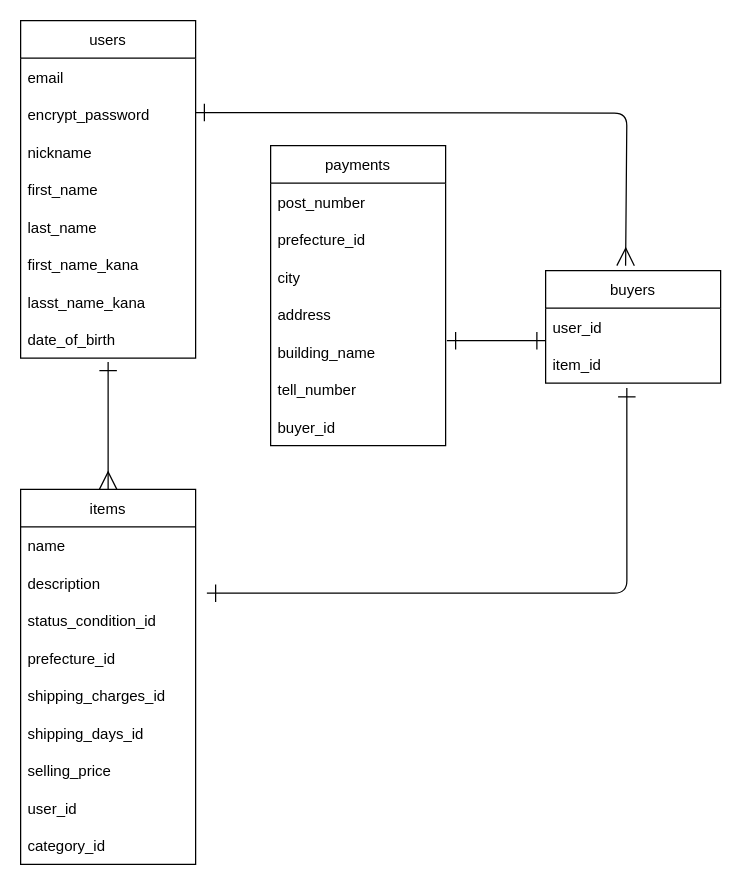
This is furima.dio from kkmasayan/furima-38141, a draw.io file, before an edit. Source tidied: cells renumbered, new cells numbered last; positions are measured from the earlier drawing's top-left corner, leaving out a move shared by most shapes. Both pictures are drawn from the tidied source at 125%, with x=0, y=0 at pixel (20, 20).
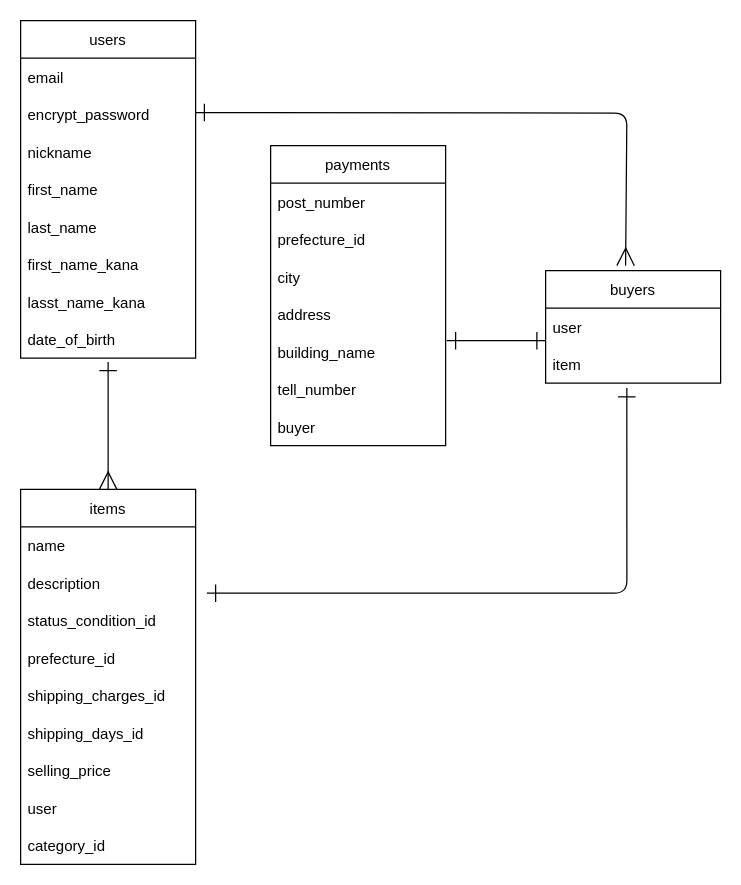
The same diagram, later.

Commit message:
#3 データベース設計修正４

Unchanged cells that the change refers to:
```xml
<mxCell id="12" value="items" style="swimlane;fontStyle=0;horizontal=1;startSize=30;" parent="1" vertex="1">
  <mxGeometry y="375" width="140" height="300" as="geometry" />
</mxCell>
<mxCell id="22" value="payments" style="swimlane;fontStyle=0;horizontal=1;startSize=30;" parent="1" vertex="1">
  <mxGeometry x="200" y="100" width="140" height="240" as="geometry" />
</mxCell>
<mxCell id="31" value="buyers" style="swimlane;fontStyle=0;horizontal=1;startSize=30;" parent="1" vertex="1">
  <mxGeometry x="420" y="200" width="140" height="90" as="geometry" />
</mxCell>
```

Diff of the diagram source:
```diff
@@
-    <mxCell id="20" value="user_id" style="text;strokeColor=none;fillColor=none;align=left;verticalAlign=middle;spacingLeft=4;spacingRight=4;overflow=hidden;" parent="12" vertex="1">
+    <mxCell id="20" value="user" style="text;strokeColor=none;fillColor=none;align=left;verticalAlign=middle;spacingLeft=4;spacingRight=4;overflow=hidden;" parent="12" vertex="1">
       <mxGeometry y="240" width="140" height="30" as="geometry" />
     </mxCell>
@@
-    <mxCell id="29" value="buyer_id" style="text;strokeColor=none;fillColor=none;align=left;verticalAlign=middle;spacingLeft=4;spacingRight=4;overflow=hidden;" parent="22" vertex="1">
+    <mxCell id="29" value="buyer" style="text;strokeColor=none;fillColor=none;align=left;verticalAlign=middle;spacingLeft=4;spacingRight=4;overflow=hidden;" parent="22" vertex="1">
       <mxGeometry y="210" width="140" height="30" as="geometry" />
     </mxCell>
@@
-    <mxCell id="32" value="user_id" style="text;strokeColor=none;fillColor=none;align=left;verticalAlign=middle;spacingLeft=4;spacingRight=4;overflow=hidden;" parent="31" vertex="1">
+    <mxCell id="32" value="user" style="text;strokeColor=none;fillColor=none;align=left;verticalAlign=middle;spacingLeft=4;spacingRight=4;overflow=hidden;" parent="31" vertex="1">
       <mxGeometry y="30" width="140" height="30" as="geometry" />
     </mxCell>
-    <mxCell id="33" value="item_id" style="text;strokeColor=none;fillColor=none;align=left;verticalAlign=middle;spacingLeft=4;spacingRight=4;overflow=hidden;points=[[0,0.5],[1,0.5]];portConstraint=eastwest;" parent="31" vertex="1">
+    <mxCell id="33" value="item" style="text;strokeColor=none;fillColor=none;align=left;verticalAlign=middle;spacingLeft=4;spacingRight=4;overflow=hidden;points=[[0,0.5],[1,0.5]];portConstraint=eastwest;" parent="31" vertex="1">
       <mxGeometry y="60" width="140" height="30" as="geometry" />
     </mxCell>
```
